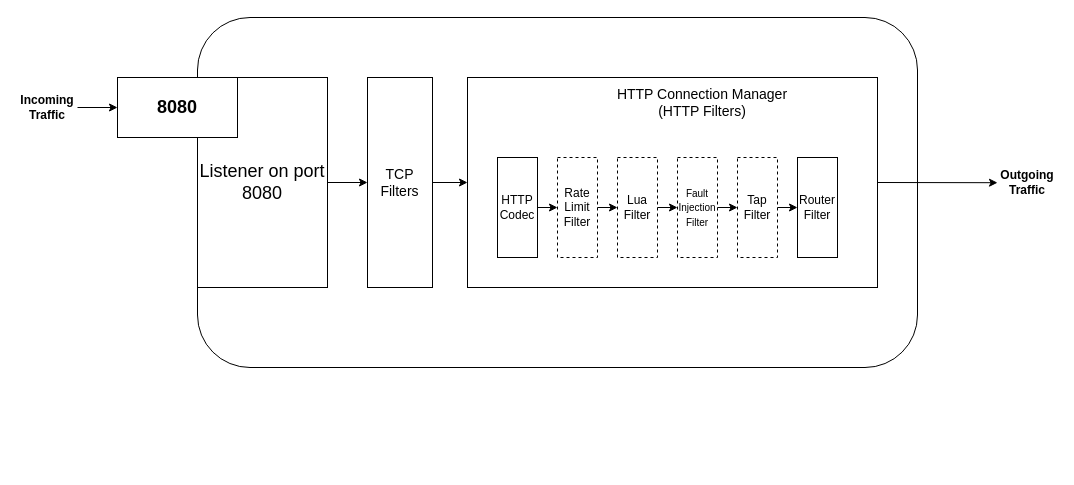
This is figures/filters.drawio from Romero027/DeathStarBench, a draw.io file, before an edit. Source tidied: cells renumbered, new cells numbered last; positions are measured from the earlier drawing's top-left corner, leaving out a move shared by most shapes. Both pictures are drawn from the tidied source at 100%, with x=0, y=0 at pixel (17, 17).
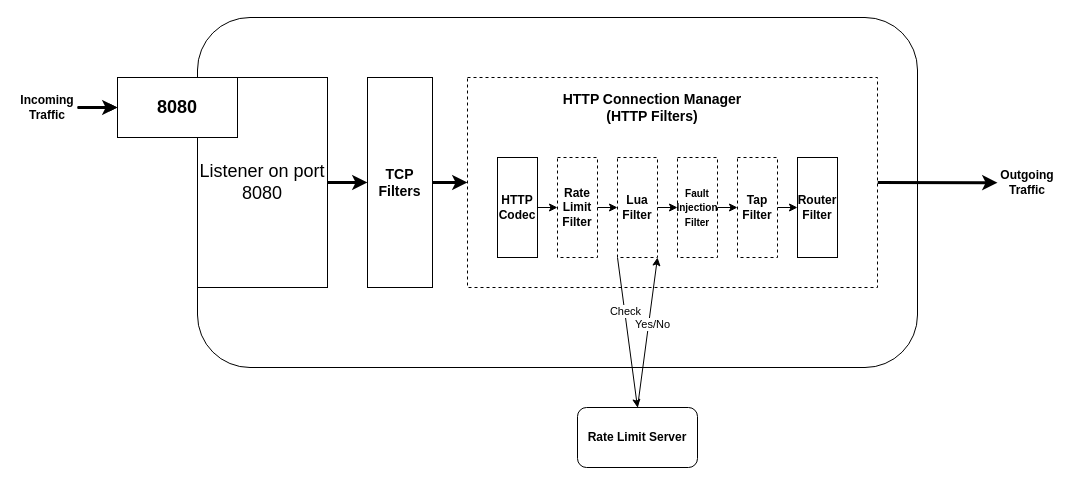
After the change.

The change refers to these unchanged cells:
```xml
<mxCell id="3" value="&lt;font style=&quot;font-size: 18px&quot;&gt;Listener on port 8080&lt;/font&gt;" style="rounded=0;whiteSpace=wrap;html=1;" parent="1" vertex="1">
  <mxGeometry x="180" y="60" width="130" height="210" as="geometry" />
</mxCell>
<mxCell id="5" value="&lt;font style=&quot;font-size: 18px&quot;&gt;&lt;b&gt;8080&lt;/b&gt;&lt;/font&gt;" style="rounded=0;whiteSpace=wrap;html=1;" parent="1" vertex="1">
  <mxGeometry x="100" y="60" width="120" height="60" as="geometry" />
</mxCell>
<mxCell id="23" value="&lt;b&gt;Incoming Traffic&lt;/b&gt;" style="text;html=1;strokeColor=none;fillColor=none;align=center;verticalAlign=middle;whiteSpace=wrap;rounded=0;dashed=1;" parent="1" vertex="1">
  <mxGeometry y="75" width="60" height="30" as="geometry" />
</mxCell>
```

The edit, as a diff of the source:
```diff
@@
-    <mxCell id="6" style="edgeStyle=orthogonalEdgeStyle;rounded=0;jettySize=auto;html=1;startArrow=classic;startFill=1;endArrow=none;endFill=0;" parent="1" edge="1" source="8" target="3">
+    <mxCell id="6" style="edgeStyle=orthogonalEdgeStyle;rounded=0;jettySize=auto;html=1;startArrow=classic;startFill=1;endArrow=none;endFill=0;strokeWidth=3;" parent="1" edge="1" source="8" target="3">
       <mxGeometry relative="1" as="geometry" />
     </mxCell>
-    <mxCell id="7" style="edgeStyle=none;rounded=0;jettySize=auto;html=1;startArrow=none;startFill=0;endArrow=classic;endFill=1;" parent="1" edge="1" source="8" target="10">
+    <mxCell id="7" style="edgeStyle=none;rounded=0;jettySize=auto;html=1;startArrow=none;startFill=0;endArrow=classic;endFill=1;strokeWidth=3;" parent="1" edge="1" source="8" target="10">
       <mxGeometry relative="1" as="geometry" />
     </mxCell>
-    <mxCell id="8" value="&lt;span style=&quot;font-size: 14px&quot;&gt;TCP Filters&lt;/span&gt;" style="rounded=0;whiteSpace=wrap;html=1;" parent="1" vertex="1">
+    <mxCell id="8" value="&lt;span style=&quot;font-size: 14px&quot;&gt;&lt;b&gt;TCP Filters&lt;/b&gt;&lt;/span&gt;" style="rounded=0;whiteSpace=wrap;html=1;" parent="1" vertex="1">
       <mxGeometry x="350" y="60" width="65" height="210" as="geometry" />
     </mxCell>
-    <mxCell id="9" style="edgeStyle=none;rounded=0;jettySize=auto;html=1;exitX=1;exitY=0.5;exitDx=0;exitDy=0;startArrow=none;startFill=0;endArrow=classic;endFill=1;" parent="1" edge="1" source="10">
+    <mxCell id="9" style="edgeStyle=none;rounded=0;jettySize=auto;html=1;exitX=1;exitY=0.5;exitDx=0;exitDy=0;startArrow=none;startFill=0;endArrow=classic;endFill=1;strokeWidth=3;" parent="1" edge="1" source="10">
       <mxGeometry relative="1" as="geometry">
         <mxPoint x="980" y="165.2" as="targetPoint" />
       </mxGeometry>
     </mxCell>
-    <mxCell id="10" value="&lt;span style=&quot;font-size: 14px&quot;&gt;&lt;br&gt;&lt;/span&gt;" style="rounded=0;whiteSpace=wrap;html=1;" parent="1" vertex="1">
+    <mxCell id="10" value="&lt;span style=&quot;font-size: 14px&quot;&gt;&lt;br&gt;&lt;/span&gt;" style="rounded=0;whiteSpace=wrap;html=1;dashed=1;" parent="1" vertex="1">
       <mxGeometry x="450" y="60" width="410" height="210" as="geometry" />
     </mxCell>
-    <mxCell id="11" value="&lt;font style=&quot;font-size: 14px&quot;&gt;HTTP Connection Manager (HTTP Filters)&lt;/font&gt;" style="text;html=1;strokeColor=none;fillColor=none;align=center;verticalAlign=middle;whiteSpace=wrap;rounded=0;" parent="1" vertex="1">
-      <mxGeometry x="590" y="70" width="190" height="30" as="geometry" />
+    <mxCell id="11" value="&lt;font style=&quot;font-size: 14px&quot;&gt;&lt;b&gt;HTTP Connection Manager (HTTP Filters)&lt;/b&gt;&lt;/font&gt;" style="text;html=1;strokeColor=none;fillColor=none;align=center;verticalAlign=middle;whiteSpace=wrap;rounded=0;" parent="1" vertex="1">
+      <mxGeometry x="540" y="75" width="190" height="30" as="geometry" />
     </mxCell>
@@
-    <mxCell id="13" value="HTTP Codec" style="rounded=0;whiteSpace=wrap;html=1;" parent="1" vertex="1">
+    <mxCell id="13" value="&lt;b&gt;HTTP Codec&lt;/b&gt;" style="rounded=0;whiteSpace=wrap;html=1;" parent="1" vertex="1">
       <mxGeometry x="480" y="140" width="40" height="100" as="geometry" />
     </mxCell>
-    <mxCell id="14" value="Rate Limit Filter" style="rounded=0;whiteSpace=wrap;html=1;dashed=1;" parent="1" vertex="1">
+    <mxCell id="14" value="&lt;b&gt;Rate Limit Filter&lt;/b&gt;" style="rounded=0;whiteSpace=wrap;html=1;dashed=1;" parent="1" vertex="1">
       <mxGeometry x="540" y="140" width="40" height="100" as="geometry" />
     </mxCell>
+    <mxCell id="25" style="rounded=0;jettySize=auto;html=1;exitX=0;exitY=1;exitDx=0;exitDy=0;entryX=0.5;entryY=0;entryDx=0;entryDy=0;" parent="1" edge="1" source="15" target="30">
+      <mxGeometry relative="1" as="geometry" />
+    </mxCell>
+    <mxCell id="26" value="Check" style="edgeLabel;html=1;align=center;verticalAlign=middle;" parent="25" vertex="1">
+      <mxGeometry x="-0.29" relative="1" as="geometry" />
+    </mxCell>
-    <mxCell id="15" value="Lua Filter" style="rounded=0;whiteSpace=wrap;html=1;dashed=1;" parent="1" vertex="1">
+    <mxCell id="15" value="&lt;b&gt;Lua Filter&lt;/b&gt;" style="rounded=0;whiteSpace=wrap;html=1;dashed=1;" parent="1" vertex="1">
       <mxGeometry x="600" y="140" width="40" height="100" as="geometry" />
     </mxCell>
-    <mxCell id="16" value="&lt;font style=&quot;font-size: 10px&quot;&gt;Fault Injection Filter&lt;/font&gt;" style="rounded=0;whiteSpace=wrap;html=1;dashed=1;" parent="1" vertex="1">
+    <mxCell id="16" value="&lt;font style=&quot;font-size: 10px&quot;&gt;&lt;b&gt;Fault Injection Filter&lt;/b&gt;&lt;/font&gt;" style="rounded=0;whiteSpace=wrap;html=1;dashed=1;" parent="1" vertex="1">
       <mxGeometry x="660" y="140" width="40" height="100" as="geometry" />
     </mxCell>
-    <mxCell id="17" value="Tap Filter" style="rounded=0;whiteSpace=wrap;html=1;dashed=1;" parent="1" vertex="1">
+    <mxCell id="17" value="&lt;b&gt;Tap Filter&lt;/b&gt;" style="rounded=0;whiteSpace=wrap;html=1;dashed=1;" parent="1" vertex="1">
       <mxGeometry x="720" y="140" width="40" height="100" as="geometry" />
     </mxCell>
-    <mxCell id="18" value="Router Filter" style="rounded=0;whiteSpace=wrap;html=1;" parent="1" vertex="1">
+    <mxCell id="18" value="&lt;b&gt;Router Filter&lt;/b&gt;" style="rounded=0;whiteSpace=wrap;html=1;" parent="1" vertex="1">
       <mxGeometry x="780" y="140" width="40" height="100" as="geometry" />
     </mxCell>
@@
+    <mxCell id="27" style="edgeStyle=none;rounded=0;jettySize=auto;html=1;strokeWidth=3;" parent="1" edge="1" source="23" target="5">
+      <mxGeometry relative="1" as="geometry" />
+    </mxCell>
@@
+    <mxCell id="28" style="edgeStyle=none;rounded=0;jettySize=auto;html=1;exitX=0.5;exitY=0;exitDx=0;exitDy=0;entryX=1;entryY=1;entryDx=0;entryDy=0;" parent="1" edge="1" source="30" target="15">
+      <mxGeometry relative="1" as="geometry" />
+    </mxCell>
+    <mxCell id="29" value="Yes/No" style="edgeLabel;html=1;align=center;verticalAlign=middle;" parent="28" vertex="1">
+      <mxGeometry x="0.26" y="-1" relative="1" as="geometry">
+        <mxPoint x="1" y="11" as="offset" />
+      </mxGeometry>
+    </mxCell>
+    <mxCell id="30" value="&lt;b&gt;Rate Limit Server&lt;/b&gt;" style="rounded=1;whiteSpace=wrap;html=1;" parent="1" vertex="1">
+      <mxGeometry x="560" y="390" width="120" height="60" as="geometry" />
+    </mxCell>
```
